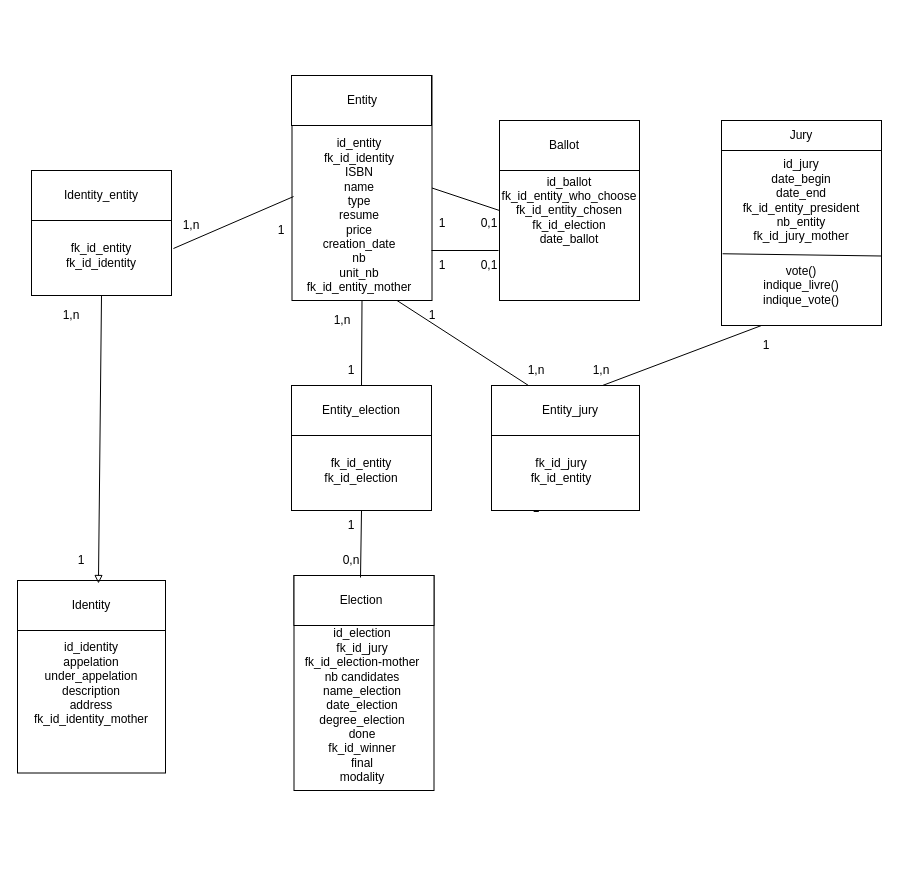
Above: Documentation/Diagramme_des_classes/Diagramme_des_classes.drawio in phpfms/Eval_Goncourt (draw.io), before the change. Source tidied: cells renumbered, new cells numbered last; positions are measured from the earlier drawing's top-left corner, leaving out a move shared by most shapes. Both pictures are drawn from the tidied source at 100%, with x=0, y=0 at pixel (17, 75).
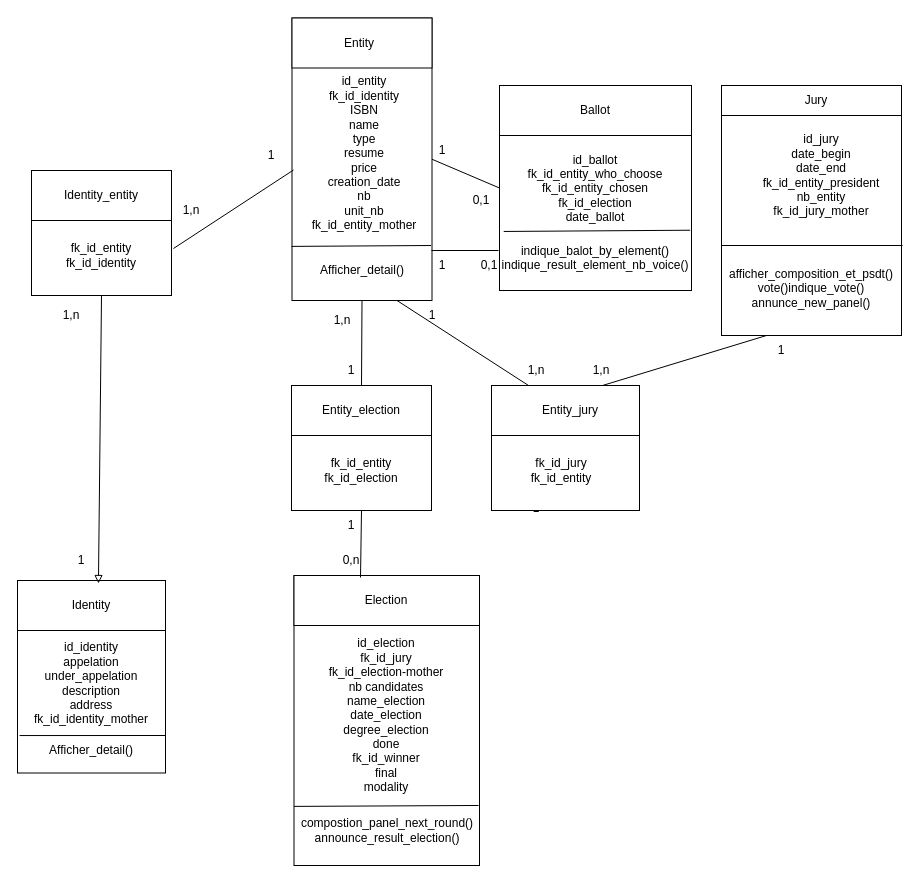
After the change.

Commit message (it also covers changes not shown here):
ajout des methode dans diag des classes

The change refers to these unchanged cells:
```xml
<mxCell id="46" value="id_identity&lt;div&gt;appelation&lt;/div&gt;&lt;div&gt;under_appelation&lt;/div&gt;&lt;div&gt;description&lt;/div&gt;&lt;div&gt;address&lt;/div&gt;&lt;div&gt;fk_id_identity_mother&lt;/div&gt;" style="rounded=0;whiteSpace=wrap;html=1;" parent="1" vertex="1">
  <mxGeometry y="517.5" width="148" height="180" as="geometry" />
</mxCell>
```

Change to the diagram source:
```diff
@@
     <mxCell id="2" style="rounded=0;whiteSpace=wrap;html=1;" parent="1" vertex="1">
-      <mxGeometry x="276.5" y="500" width="140" height="215" as="geometry" />
+      <mxGeometry x="276.5" y="500" width="185.5" height="290" as="geometry" />
     </mxCell>
     <mxCell id="3" style="rounded=0;whiteSpace=wrap;html=1;" parent="1" vertex="1">
-      <mxGeometry x="276.5" y="500" width="140" height="50" as="geometry" />
+      <mxGeometry x="276.5" y="500" width="185.5" height="50" as="geometry" />
     </mxCell>
     <mxCell id="4" value="&lt;div&gt;&lt;span style=&quot;background-color: transparent; color: light-dark(rgb(0, 0, 0), rgb(255, 255, 255));&quot;&gt;Election&lt;/span&gt;&lt;/div&gt;" style="text;html=1;whiteSpace=wrap;strokeColor=none;fillColor=none;align=center;verticalAlign=middle;rounded=0;" parent="1" vertex="1">
-      <mxGeometry x="309" y="510" width="70" height="30" as="geometry" />
+      <mxGeometry x="334.2" y="510" width="70" height="30" as="geometry" />
     </mxCell>
     <mxCell id="5" value="&lt;div&gt;id_election&lt;/div&gt;&lt;div&gt;fk_id_jury&lt;/div&gt;&lt;div&gt;fk_id_election-mother&lt;/div&gt;nb candidates&lt;div&gt;name_election&lt;/div&gt;&lt;div&gt;date_election&lt;/div&gt;&lt;div&gt;degree_election&lt;/div&gt;&lt;div&gt;done&lt;/div&gt;&lt;div&gt;fk_id_winner&lt;/div&gt;&lt;div&gt;final&lt;/div&gt;&lt;div&gt;modality&lt;/div&gt;" style="text;html=1;whiteSpace=wrap;strokeColor=none;fillColor=none;align=center;verticalAlign=middle;rounded=0;" parent="1" vertex="1">
-      <mxGeometry x="274.5" y="545" width="140" height="170" as="geometry" />
+      <mxGeometry x="299.2" y="555" width="140" height="170" as="geometry" />
     </mxCell>
     <mxCell id="6" style="rounded=0;whiteSpace=wrap;html=1;" parent="1" vertex="1">
-      <mxGeometry x="274.5" width="140" height="225" as="geometry" />
+      <mxGeometry x="274.5" y="-57.5" width="140" height="282.5" as="geometry" />
     </mxCell>
     <mxCell id="7" style="rounded=0;whiteSpace=wrap;html=1;" parent="1" vertex="1">
-      <mxGeometry x="704" y="45" width="160" height="205" as="geometry" />
+      <mxGeometry x="704" y="10" width="180" height="250" as="geometry" />
     </mxCell>
     <mxCell id="8" style="rounded=0;whiteSpace=wrap;html=1;" parent="1" vertex="1">
-      <mxGeometry x="274" width="140" height="50" as="geometry" />
+      <mxGeometry x="274.5" y="-57.5" width="140" height="50" as="geometry" />
     </mxCell>
     <mxCell id="9" style="rounded=0;whiteSpace=wrap;html=1;" parent="1" vertex="1">
-      <mxGeometry x="704" y="45" width="160" height="30" as="geometry" />
+      <mxGeometry x="704" y="10" width="180" height="30" as="geometry" />
     </mxCell>
     <mxCell id="10" value="Entity" style="text;html=1;whiteSpace=wrap;strokeColor=none;fillColor=none;align=center;verticalAlign=middle;rounded=0;" parent="1" vertex="1">
-      <mxGeometry x="319.5" y="10" width="50" height="30" as="geometry" />
+      <mxGeometry x="316.5" y="-47.5" width="50" height="30" as="geometry" />
     </mxCell>
     <mxCell id="11" value="Jury" style="text;html=1;whiteSpace=wrap;strokeColor=none;fillColor=none;align=center;verticalAlign=middle;rounded=0;" parent="1" vertex="1">
-      <mxGeometry x="759" y="45" width="50" height="30" as="geometry" />
+      <mxGeometry x="774" y="10" width="50" height="30" as="geometry" />
     </mxCell>
     <mxCell id="12" value="id_entity&lt;div&gt;fk_id_identity&lt;/div&gt;&lt;div&gt;ISBN&lt;/div&gt;&lt;div&gt;name&lt;/div&gt;&lt;div&gt;type&lt;/div&gt;&lt;div&gt;resume&lt;/div&gt;&lt;div&gt;price&lt;/div&gt;&lt;div&gt;creation_date&lt;br&gt;nb&lt;br&gt;unit_nb&lt;/div&gt;&lt;div&gt;fk_id_entity_mother&lt;/div&gt;" style="text;html=1;whiteSpace=wrap;strokeColor=none;fillColor=none;align=center;verticalAlign=middle;rounded=0;" parent="1" vertex="1">
-      <mxGeometry x="276.5" y="55" width="130" height="170" as="geometry" />
+      <mxGeometry x="281.5" y="-7.5" width="130" height="170" as="geometry" />
     </mxCell>
     <mxCell id="13" value="id_jury&lt;div&gt;&lt;div&gt;date_begin&lt;/div&gt;&lt;div&gt;date_end&lt;/div&gt;&lt;div&gt;fk_id_entity_president&lt;/div&gt;&lt;div&gt;nb_entity&lt;/div&gt;&lt;/div&gt;&lt;div&gt;fk_id_jury_mother&lt;/div&gt;" style="text;html=1;whiteSpace=wrap;strokeColor=none;fillColor=none;align=center;verticalAlign=middle;rounded=0;" parent="1" vertex="1">
-      <mxGeometry x="714" y="75" width="140" height="100" as="geometry" />
+      <mxGeometry x="734" y="50" width="140" height="100" as="geometry" />
     </mxCell>
     <mxCell id="14" value="&lt;div&gt;id_ballot&lt;/div&gt;&lt;div&gt;fk_id_entity_who_choose&lt;br&gt;fk_i&lt;span style=&quot;background-color: transparent; color: light-dark(rgb(0, 0, 0), rgb(255, 255, 255));&quot;&gt;d_entity_chosen&lt;/span&gt;&lt;/div&gt;&lt;div&gt;&lt;span style=&quot;background-color: transparent; color: light-dark(rgb(0, 0, 0), rgb(255, 255, 255));&quot;&gt;fk_id_election&lt;/span&gt;&lt;/div&gt;&lt;div&gt;date_ballot&lt;/div&gt;" style="rounded=0;whiteSpace=wrap;html=1;" parent="1" vertex="1">
-      <mxGeometry x="482" y="45" width="140" height="180" as="geometry" />
+      <mxGeometry x="482" y="10" width="192" height="205" as="geometry" />
     </mxCell>
     <mxCell id="15" style="rounded=0;whiteSpace=wrap;html=1;" parent="1" vertex="1">
-      <mxGeometry x="482" y="45" width="140" height="50" as="geometry" />
+      <mxGeometry x="482" y="10" width="192" height="50" as="geometry" />
     </mxCell>
     <mxCell id="16" value="Ballot" style="text;html=1;whiteSpace=wrap;strokeColor=none;fillColor=none;align=center;verticalAlign=middle;rounded=0;" parent="1" vertex="1">
-      <mxGeometry x="522" y="55" width="50" height="30" as="geometry" />
+      <mxGeometry x="553" y="20" width="50" height="30" as="geometry" />
     </mxCell>
-    <mxCell id="17" value="1" style="text;html=1;whiteSpace=wrap;strokeColor=none;fillColor=none;align=center;verticalAlign=middle;rounded=0;" parent="1" vertex="1">
-      <mxGeometry x="734" y="260" width="30" height="20" as="geometry" />
-    </mxCell>
@@
-    <mxCell id="19" style="endArrow=none;html=1;rounded=0;entryX=1;entryY=0.661;entryDx=0;entryDy=0;entryPerimeter=0;exitX=0.007;exitY=0.65;exitDx=0;exitDy=0;exitPerimeter=0;" parent="1" edge="1" source="7" target="7">
+    <mxCell id="19" style="endArrow=none;html=1;rounded=0;entryX=1.006;entryY=0.64;entryDx=0;entryDy=0;entryPerimeter=0;exitX=0;exitY=0.64;exitDx=0;exitDy=0;exitPerimeter=0;" parent="1" edge="1" source="7" target="7">
       <mxGeometry relative="1" as="geometry" />
     </mxCell>
-    <mxCell id="20" value="vote()&lt;div&gt;indique_livre()&lt;/div&gt;&lt;div&gt;indique_vote()&lt;/div&gt;" style="text;html=1;whiteSpace=wrap;strokeColor=none;fillColor=none;align=center;verticalAlign=middle;rounded=0;" parent="1" vertex="1">
-      <mxGeometry x="754" y="195" width="60" height="30" as="geometry" />
+    <mxCell id="20" value="afficher_composition_et_psdt()&lt;div&gt;vote()&lt;span style=&quot;background-color: transparent; color: light-dark(rgb(0, 0, 0), rgb(255, 255, 255));&quot;&gt;indique_vote()&lt;/span&gt;&lt;div&gt;annunce_new_panel()&lt;/div&gt;&lt;/div&gt;&lt;div&gt;&lt;br&gt;&lt;/div&gt;" style="text;html=1;whiteSpace=wrap;strokeColor=none;fillColor=none;align=center;verticalAlign=middle;rounded=0;" parent="1" vertex="1">
+      <mxGeometry x="769" y="205" width="50" height="30" as="geometry" />
     </mxCell>
@@
     <mxCell id="26" value="1" style="text;html=1;whiteSpace=wrap;strokeColor=none;fillColor=none;align=center;verticalAlign=middle;rounded=0;" parent="1" vertex="1">
-      <mxGeometry x="414.5" y="132.5" width="20" height="30" as="geometry" />
+      <mxGeometry x="414.5" y="60" width="20" height="30" as="geometry" />
     </mxCell>
@@
     <mxCell id="37" value="0,1" style="text;html=1;whiteSpace=wrap;strokeColor=none;fillColor=none;align=center;verticalAlign=middle;rounded=0;" parent="1" vertex="1">
-      <mxGeometry x="462" y="132.5" width="20" height="30" as="geometry" />
+      <mxGeometry x="454" y="110" width="20" height="30" as="geometry" />
     </mxCell>
@@
     <mxCell id="49" value="1" style="text;html=1;whiteSpace=wrap;strokeColor=none;fillColor=none;align=center;verticalAlign=middle;rounded=0;" parent="1" vertex="1">
-      <mxGeometry x="254" y="140" width="20" height="30" as="geometry" />
+      <mxGeometry x="244" y="65" width="20" height="30" as="geometry" />
     </mxCell>
@@
     <mxCell id="57" value="1,n" style="text;html=1;whiteSpace=wrap;strokeColor=none;fillColor=none;align=center;verticalAlign=middle;rounded=0;" parent="1" vertex="1">
-      <mxGeometry x="164" y="135" width="20" height="30" as="geometry" />
+      <mxGeometry x="164" y="120" width="20" height="30" as="geometry" />
     </mxCell>
+    <mxCell id="58" style="endArrow=none;html=1;rounded=0;exitX=0.007;exitY=0.65;exitDx=0;exitDy=0;exitPerimeter=0;" parent="1" edge="1">
+      <mxGeometry relative="1" as="geometry">
+        <mxPoint x="274" y="170.9" as="sourcePoint" />
+        <mxPoint x="413.5" y="170" as="targetPoint" />
+      </mxGeometry>
+    </mxCell>
+    <mxCell id="59" value="Afficher_detail()" style="text;html=1;whiteSpace=wrap;strokeColor=none;fillColor=none;align=center;verticalAlign=middle;rounded=0;" parent="1" vertex="1">
+      <mxGeometry x="314.5" y="180" width="60" height="30" as="geometry" />
+    </mxCell>
+    <mxCell id="60" style="endArrow=none;html=1;rounded=0;exitX=0.014;exitY=0.792;exitDx=0;exitDy=0;exitPerimeter=0;" parent="1" edge="1" source="46">
+      <mxGeometry relative="1" as="geometry">
+        <mxPoint x="148" y="660" as="targetPoint" />
+      </mxGeometry>
+    </mxCell>
+    <mxCell id="61" value="Afficher_detail()" style="text;html=1;whiteSpace=wrap;strokeColor=none;fillColor=none;align=center;verticalAlign=middle;rounded=0;" parent="1" vertex="1">
+      <mxGeometry x="44" y="660" width="60" height="30" as="geometry" />
+    </mxCell>
+    <mxCell id="17" value="1" style="text;html=1;whiteSpace=wrap;strokeColor=none;fillColor=none;align=center;verticalAlign=middle;rounded=0;" parent="1" vertex="1">
+      <mxGeometry x="754" y="260" width="20" height="30" as="geometry" />
+    </mxCell>
+    <mxCell id="62" style="endArrow=none;html=1;rounded=0;exitX=0.007;exitY=0.65;exitDx=0;exitDy=0;exitPerimeter=0;entryX=0.995;entryY=0.793;entryDx=0;entryDy=0;entryPerimeter=0;" parent="1" edge="1" target="2">
+      <mxGeometry relative="1" as="geometry">
+        <mxPoint x="276.5" y="730.9" as="sourcePoint" />
+      </mxGeometry>
+    </mxCell>
+    <mxCell id="63" value="compostion_panel_next_round()&lt;br&gt;announce_result_election()" style="text;html=1;whiteSpace=wrap;strokeColor=none;fillColor=none;align=center;verticalAlign=middle;rounded=0;" parent="1" vertex="1">
+      <mxGeometry x="340.2" y="740" width="60" height="30" as="geometry" />
+    </mxCell>
+    <mxCell id="64" style="endArrow=none;html=1;rounded=0;entryX=0.993;entryY=0.706;entryDx=0;entryDy=0;entryPerimeter=0;exitX=0.022;exitY=0.712;exitDx=0;exitDy=0;exitPerimeter=0;" parent="1" edge="1" source="14" target="14">
+      <mxGeometry relative="1" as="geometry" />
+    </mxCell>
+    <mxCell id="65" value="indique_balot_by_element()&lt;br&gt;&lt;div&gt;indique_result_element_nb_voice()&lt;/div&gt;&lt;div&gt;&lt;br&gt;&lt;/div&gt;" style="text;html=1;whiteSpace=wrap;strokeColor=none;fillColor=none;align=center;verticalAlign=middle;rounded=0;" parent="1" vertex="1">
+      <mxGeometry x="548" y="175" width="60" height="30" as="geometry" />
+    </mxCell>
```
